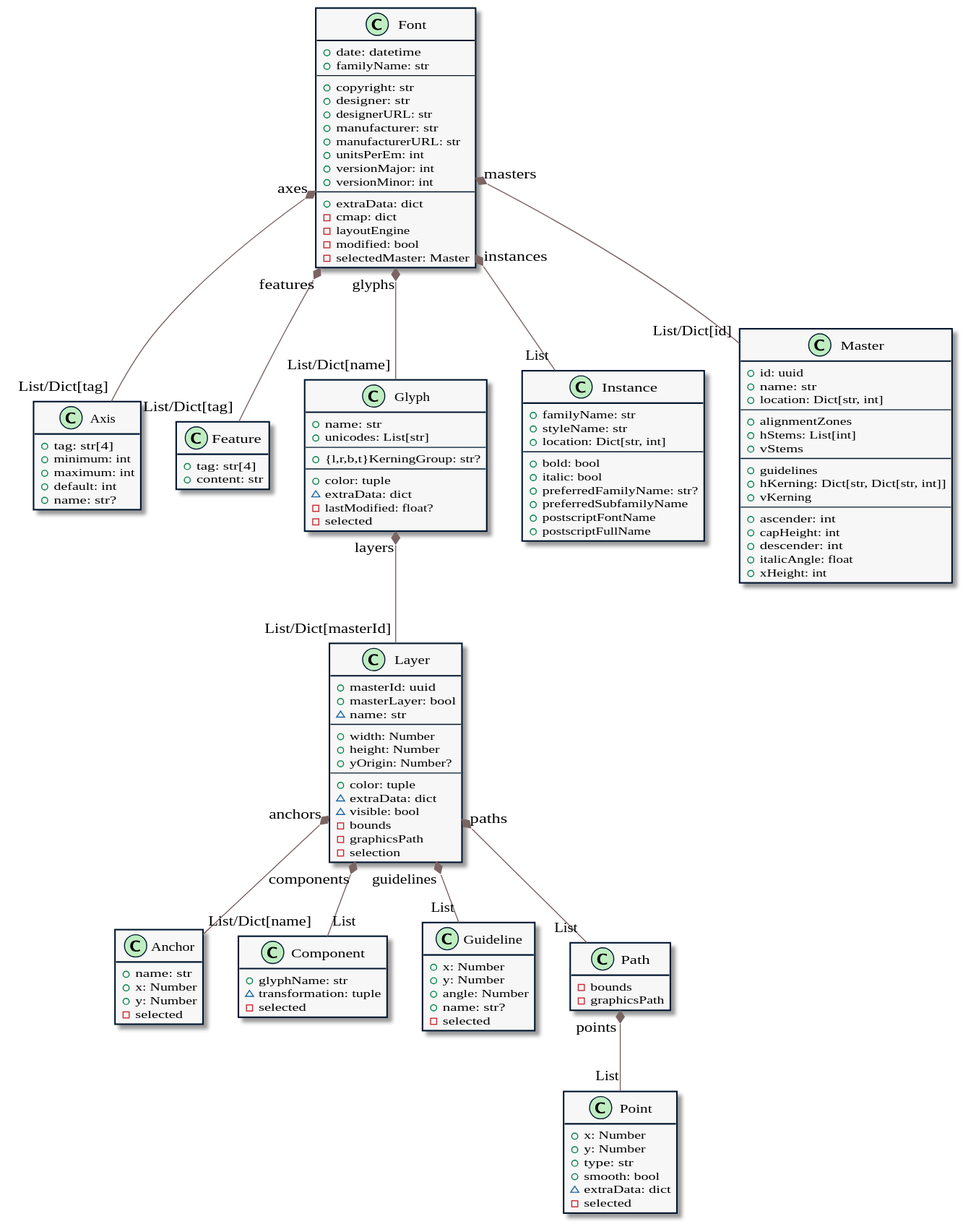
trufont/tfont keeps this PlantUML diagram as doc/tree.svg. Above is the earlier version.
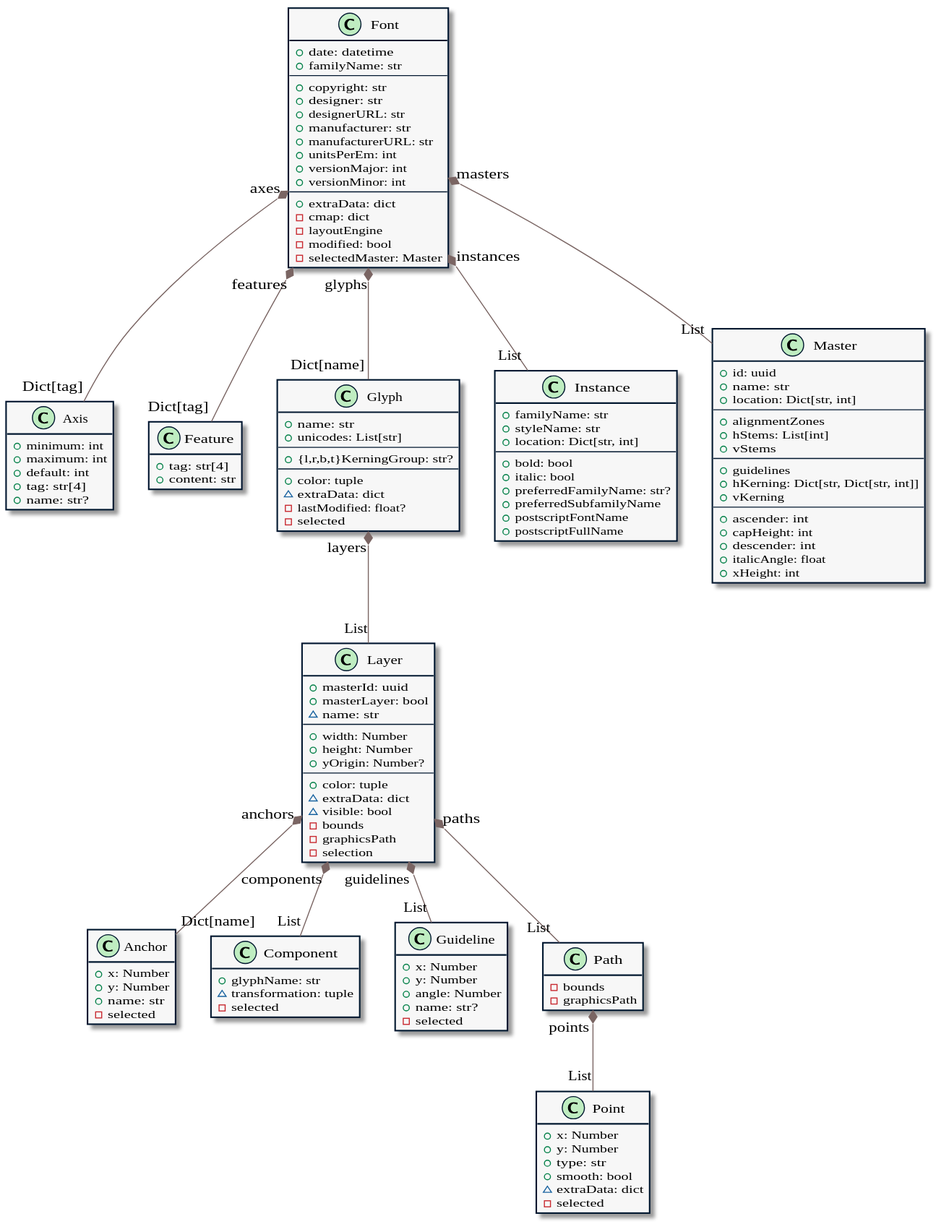
After the change.

The edit, as a diff of the source:
```diff
@@ -10,17 +10,17 @@
 }
 
 class Anchor {
-  + name: str
   + x: Number
   + y: Number
+  + name: str
   - selected
 }
 
 class Axis {
-  + tag: str[4]
   + minimum: int
   + maximum: int
   + default: int
+  + tag: str[4]
   + name: str?
 }
 
@@ -139,13 +139,13 @@
   - selected
 }
 
-Font "axes" *-- "List/Dict[tag]" Axis
-Font "features" *-- "List/Dict[tag]" Feature
-Font "glyphs" *-- "List/Dict[name]" Glyph
+Font "axes" *-- "Dict[tag]" Axis
+Font "features" *-- "Dict[tag]" Feature
+Font "glyphs" *-- "Dict[name]" Glyph
 Font "instances" *-- "List" Instance
-Font "masters" *-- "List/Dict[id]" Master
-Glyph "layers" *-- "List/Dict[masterId]" Layer
-Layer "anchors" *-- "List/Dict[name]" Anchor
+Font "masters" *-- "List" Master
+Glyph "layers" *-- "List" Layer
+Layer "anchors" *-- "Dict[name]" Anchor
 Layer "components" *-- "List" Component
 Layer "guidelines" *-- "List" Guideline
 Layer "paths" *-- "List" Path
```
